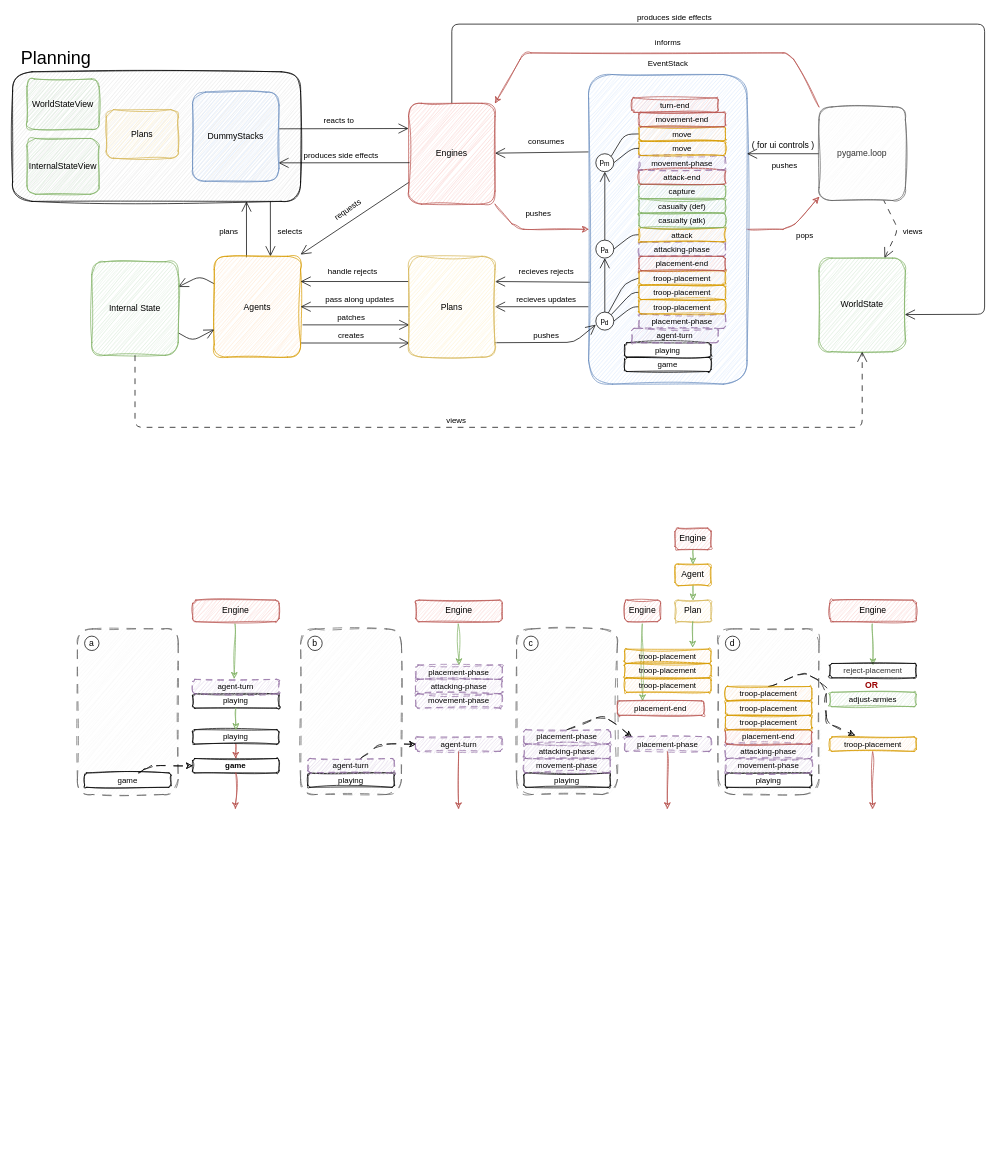
Before: architecture.drawio in AdamBanham/agent-risk, a draw.io diagram. Source tidied: cells renumbered, new cells numbered last; positions are measured from the earlier drawing's top-left corner, leaving out a move shared by most shapes. Both pictures are drawn from the tidied source at 72%, with x=0, y=0 at pixel (12, 24).
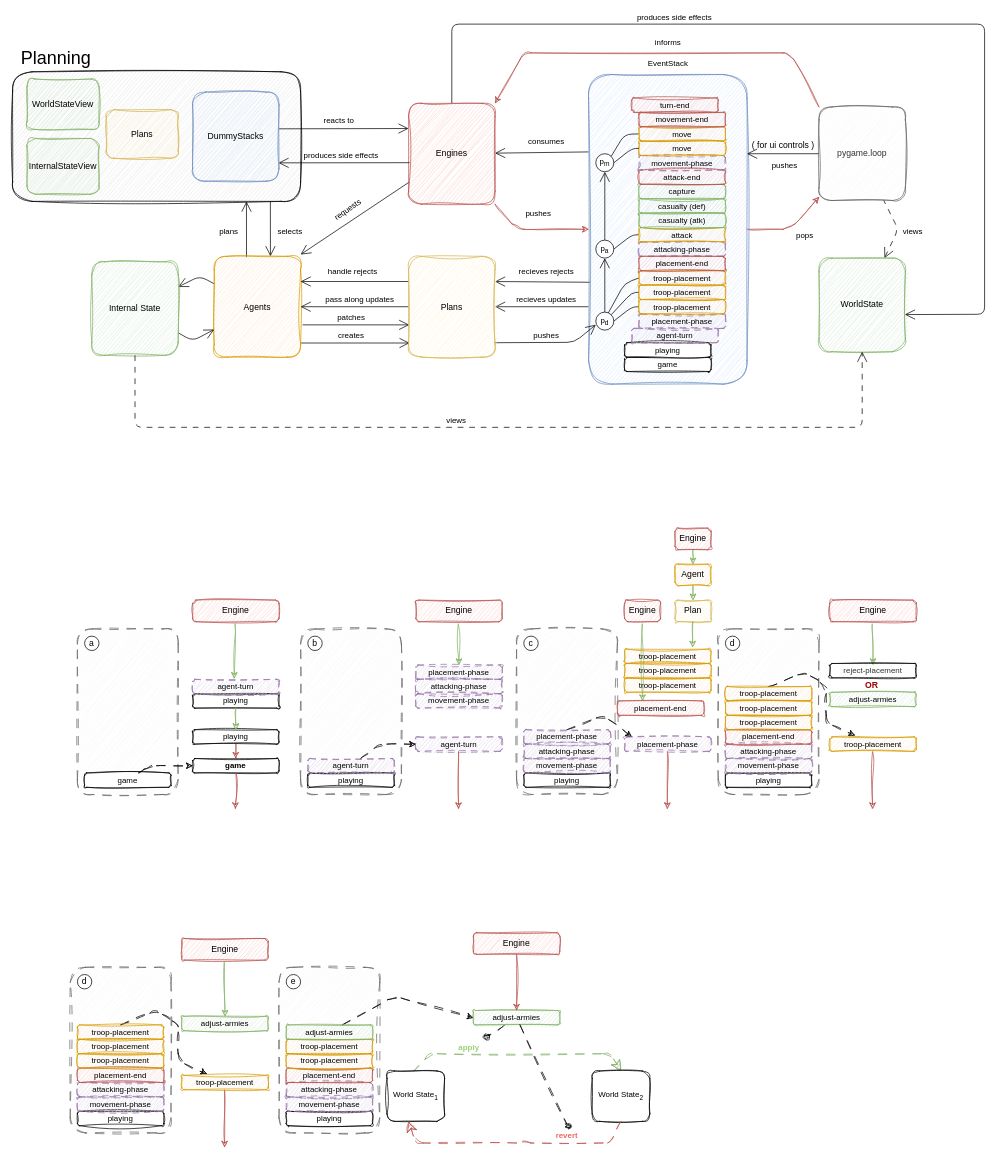
Above is the later version.

Commit message (it also covers changes not shown here):
chore: added side-effects pic

Diff of the diagram source:
```diff
@@
+    <mxCell id="158" style="rounded=1;whiteSpace=wrap;html=1;fillColor=#f5f5f5;fontColor=#333333;strokeColor=#666666;dashed=1;dashPattern=12 12;sketch=1;curveFitting=1;jiggle=2;" parent="1" vertex="1">
+      <mxGeometry x="80" y="1310" width="140" height="230" as="geometry" />
+    </mxCell>
+    <mxCell id="159" value="playing" style="rounded=1;whiteSpace=wrap;html=1;fontFamily=Helvetica;fontSize=11;fontColor=default;labelBackgroundColor=default;sketch=1;curveFitting=1;jiggle=2;fillStyle=auto;" parent="1" vertex="1">
+      <mxGeometry x="90" y="1510" width="120" height="20" as="geometry" />
+    </mxCell>
+    <mxCell id="160" value="d" style="ellipse;whiteSpace=wrap;html=1;" parent="1" vertex="1">
+      <mxGeometry x="90" y="1320" width="20" height="20" as="geometry" />
+    </mxCell>
+    <mxCell id="161" value="attacking-phase" style="rounded=1;whiteSpace=wrap;html=1;fontFamily=Helvetica;fontSize=11;labelBackgroundColor=none;dashed=1;dashPattern=8 8;fillColor=#e1d5e7;strokeColor=#9673a6;sketch=1;curveFitting=1;jiggle=2;" parent="1" vertex="1">
+      <mxGeometry x="90" y="1470" width="120" height="20" as="geometry" />
+    </mxCell>
+    <mxCell id="162" value="movement-phase" style="rounded=1;whiteSpace=wrap;html=1;fontFamily=Helvetica;fontSize=11;labelBackgroundColor=none;dashed=1;dashPattern=8 8;fillColor=#e1d5e7;strokeColor=#9673a6;sketch=1;curveFitting=1;jiggle=2;" parent="1" vertex="1">
+      <mxGeometry x="90" y="1490" width="120" height="20" as="geometry" />
+    </mxCell>
+    <mxCell id="163" value="placement-end" style="rounded=1;whiteSpace=wrap;html=1;fontFamily=Helvetica;fontSize=11;labelBackgroundColor=none;fillColor=#f8cecc;strokeColor=#b85450;sketch=1;curveFitting=1;jiggle=2;" parent="1" vertex="1">
+      <mxGeometry x="90" y="1450" width="120" height="20" as="geometry" />
+    </mxCell>
+    <mxCell id="164" value="Engine" style="rounded=1;whiteSpace=wrap;html=1;fillColor=#f8cecc;strokeColor=#b85450;sketch=1;curveFitting=1;jiggle=2;" parent="1" vertex="1">
+      <mxGeometry x="235" y="1270" width="120" height="30" as="geometry" />
+    </mxCell>
+    <mxCell id="165" style="endArrow=classic;html=1;fillColor=#d5e8d4;strokeColor=#82b366;sketch=1;curveFitting=1;jiggle=2;exitX=0.491;exitY=1.109;exitDx=0;exitDy=0;exitPerimeter=0;entryX=0.5;entryY=0;entryDx=0;entryDy=0;" parent="1" edge="1" source="164" target="172">
+      <mxGeometry relative="1" as="geometry" />
+    </mxCell>
+    <mxCell id="166" style="endArrow=classic;html=1;fillColor=#f8cecc;strokeColor=#b85450;sketch=1;curveFitting=1;jiggle=2;" parent="1" edge="1">
+      <mxGeometry relative="1" as="geometry">
+        <mxPoint x="294.4" y="1480" as="sourcePoint" />
+        <mxPoint x="294.4" y="1560" as="targetPoint" />
+      </mxGeometry>
+    </mxCell>
+    <mxCell id="167" value="troop-placement" style="rounded=1;whiteSpace=wrap;html=1;fontFamily=Helvetica;fontSize=11;labelBackgroundColor=none;fillColor=#ffe6cc;strokeColor=#d79b00;sketch=1;curveFitting=1;jiggle=2;" parent="1" vertex="1">
+      <mxGeometry x="90" y="1430" width="120" height="20" as="geometry" />
+    </mxCell>
+    <mxCell id="168" value="troop-placement" style="rounded=1;whiteSpace=wrap;html=1;fontFamily=Helvetica;fontSize=11;labelBackgroundColor=none;fillColor=#ffe6cc;strokeColor=#d79b00;sketch=1;curveFitting=1;jiggle=2;" parent="1" vertex="1">
+      <mxGeometry x="90" y="1410" width="120" height="20" as="geometry" />
+    </mxCell>
+    <mxCell id="169" style="edgeStyle=none;shape=connector;rounded=1;sketch=1;jiggle=2;curveFitting=1;html=1;dashed=1;dashPattern=12 12;strokeColor=default;align=center;verticalAlign=middle;fontFamily=Helvetica;fontSize=11;fontColor=default;labelBackgroundColor=default;endArrow=classic;exitX=0.5;exitY=0;exitDx=0;exitDy=0;entryX=0.291;entryY=-0.105;entryDx=0;entryDy=0;entryPerimeter=0;" parent="1" edge="1" source="170" target="171">
+      <mxGeometry relative="1" as="geometry">
+        <Array as="points">
+          <mxPoint x="200" y="1370" />
+          <mxPoint x="230" y="1390" />
+          <mxPoint x="230" y="1440" />
+        </Array>
+      </mxGeometry>
+    </mxCell>
+    <mxCell id="170" value="troop-placement" style="rounded=1;whiteSpace=wrap;html=1;fontFamily=Helvetica;fontSize=11;labelBackgroundColor=none;fillColor=#ffe6cc;strokeColor=#d79b00;sketch=1;curveFitting=1;jiggle=2;" parent="1" vertex="1">
+      <mxGeometry x="90" y="1390" width="120" height="20" as="geometry" />
+    </mxCell>
+    <mxCell id="171" value="troop-placement" style="rounded=1;whiteSpace=wrap;html=1;fontFamily=Helvetica;fontSize=11;labelBackgroundColor=none;fillColor=#ffe6cc;strokeColor=#d79b00;sketch=1;curveFitting=1;jiggle=2;" parent="1" vertex="1">
+      <mxGeometry x="235" y="1460" width="120" height="20" as="geometry" />
+    </mxCell>
+    <mxCell id="172" value="adjust-armies" style="rounded=1;whiteSpace=wrap;html=1;fontFamily=Helvetica;fontSize=11;labelBackgroundColor=none;fillColor=#d5e8d4;strokeColor=#82b366;sketch=1;curveFitting=1;jiggle=2;" parent="1" vertex="1">
+      <mxGeometry x="235" y="1378" width="120" height="20" as="geometry" />
+    </mxCell>
+    <mxCell id="173" style="rounded=1;whiteSpace=wrap;html=1;fillColor=#f5f5f5;fontColor=#333333;strokeColor=#666666;dashed=1;dashPattern=12 12;sketch=1;curveFitting=1;jiggle=2;" parent="1" vertex="1">
+      <mxGeometry x="370" y="1310" width="140" height="230" as="geometry" />
+    </mxCell>
+    <mxCell id="174" value="playing" style="rounded=1;whiteSpace=wrap;html=1;fontFamily=Helvetica;fontSize=11;fontColor=default;labelBackgroundColor=default;sketch=1;curveFitting=1;jiggle=2;fillStyle=auto;" parent="1" vertex="1">
+      <mxGeometry x="380" y="1510" width="120" height="20" as="geometry" />
+    </mxCell>
+    <mxCell id="175" value="e" style="ellipse;whiteSpace=wrap;html=1;" parent="1" vertex="1">
+      <mxGeometry x="380" y="1320" width="20" height="20" as="geometry" />
+    </mxCell>
+    <mxCell id="176" value="attacking-phase" style="rounded=1;whiteSpace=wrap;html=1;fontFamily=Helvetica;fontSize=11;labelBackgroundColor=none;dashed=1;dashPattern=8 8;fillColor=#e1d5e7;strokeColor=#9673a6;sketch=1;curveFitting=1;jiggle=2;" parent="1" vertex="1">
+      <mxGeometry x="380" y="1470" width="120" height="20" as="geometry" />
+    </mxCell>
+    <mxCell id="177" value="movement-phase" style="rounded=1;whiteSpace=wrap;html=1;fontFamily=Helvetica;fontSize=11;labelBackgroundColor=none;dashed=1;dashPattern=8 8;fillColor=#e1d5e7;strokeColor=#9673a6;sketch=1;curveFitting=1;jiggle=2;" parent="1" vertex="1">
+      <mxGeometry x="380" y="1490" width="120" height="20" as="geometry" />
+    </mxCell>
+    <mxCell id="178" value="placement-end" style="rounded=1;whiteSpace=wrap;html=1;fontFamily=Helvetica;fontSize=11;labelBackgroundColor=none;fillColor=#f8cecc;strokeColor=#b85450;sketch=1;curveFitting=1;jiggle=2;" parent="1" vertex="1">
+      <mxGeometry x="380" y="1450" width="120" height="20" as="geometry" />
+    </mxCell>
+    <mxCell id="179" value="troop-placement" style="rounded=1;whiteSpace=wrap;html=1;fontFamily=Helvetica;fontSize=11;labelBackgroundColor=none;fillColor=#ffe6cc;strokeColor=#d79b00;sketch=1;curveFitting=1;jiggle=2;" parent="1" vertex="1">
+      <mxGeometry x="380" y="1430" width="120" height="20" as="geometry" />
+    </mxCell>
+    <mxCell id="180" value="troop-placement" style="rounded=1;whiteSpace=wrap;html=1;fontFamily=Helvetica;fontSize=11;labelBackgroundColor=none;fillColor=#ffe6cc;strokeColor=#d79b00;sketch=1;curveFitting=1;jiggle=2;" parent="1" vertex="1">
+      <mxGeometry x="380" y="1410" width="120" height="20" as="geometry" />
+    </mxCell>
+    <mxCell id="181" style="edgeStyle=none;shape=connector;rounded=1;sketch=1;jiggle=2;curveFitting=1;jettySize=auto;html=1;entryX=0;entryY=0.5;entryDx=0;entryDy=0;dashed=1;dashPattern=12 12;strokeColor=default;align=center;verticalAlign=middle;fontFamily=Helvetica;fontSize=11;fontColor=default;labelBackgroundColor=default;endArrow=classic;" parent="1" edge="1" source="182" target="186">
+      <mxGeometry relative="1" as="geometry">
+        <Array as="points">
+          <mxPoint x="530" y="1350" />
+        </Array>
+      </mxGeometry>
+    </mxCell>
+    <mxCell id="182" value="adjust-armies" style="rounded=1;whiteSpace=wrap;html=1;fontFamily=Helvetica;fontSize=11;labelBackgroundColor=none;fillColor=#d5e8d4;strokeColor=#82b366;sketch=1;curveFitting=1;jiggle=2;" parent="1" vertex="1">
+      <mxGeometry x="380" y="1390" width="120" height="20" as="geometry" />
+    </mxCell>
+    <mxCell id="183" style="edgeStyle=none;shape=connector;rounded=1;sketch=1;jiggle=2;curveFitting=1;jettySize=auto;html=1;entryX=0.5;entryY=0;entryDx=0;entryDy=0;dashed=1;dashPattern=12 12;strokeColor=#82b366;align=center;verticalAlign=middle;fontFamily=Helvetica;fontSize=11;fontColor=default;labelBackgroundColor=default;endArrow=classic;exitX=0.449;exitY=0.018;exitDx=0;exitDy=0;exitPerimeter=0;endSize=12;fillColor=#d5e8d4;" parent="1" edge="1" source="184" target="189">
+      <mxGeometry relative="1" as="geometry">
+        <Array as="points">
+          <mxPoint x="580" y="1430" />
+          <mxPoint x="830" y="1430" />
+        </Array>
+      </mxGeometry>
+    </mxCell>
+    <mxCell id="184" value="World State&lt;sub&gt;1&lt;/sub&gt;" style="rounded=1;whiteSpace=wrap;html=1;fontFamily=Helvetica;fontSize=11;fontColor=default;labelBackgroundColor=default;sketch=1;curveFitting=1;jiggle=2;fillStyle=auto;" parent="1" vertex="1">
+      <mxGeometry x="520" y="1454" width="80" height="70" as="geometry" />
+    </mxCell>
+    <mxCell id="185" style="edgeStyle=none;shape=connector;rounded=1;sketch=1;jiggle=2;curveFitting=1;jettySize=auto;html=1;dashed=1;dashPattern=12 12;strokeColor=default;align=center;verticalAlign=middle;fontFamily=Helvetica;fontSize=11;fontColor=default;labelBackgroundColor=default;endArrow=oval;endFill=0;" parent="1" edge="1" source="186" target="191">
+      <mxGeometry relative="1" as="geometry" />
+    </mxCell>
+    <mxCell id="186" value="adjust-armies" style="rounded=1;whiteSpace=wrap;html=1;fontFamily=Helvetica;fontSize=11;labelBackgroundColor=none;fillColor=#d5e8d4;strokeColor=#82b366;sketch=1;curveFitting=1;jiggle=2;" parent="1" vertex="1">
+      <mxGeometry x="640" y="1370" width="120" height="20" as="geometry" />
+    </mxCell>
+    <mxCell id="187" style="edgeStyle=none;shape=connector;rounded=1;sketch=1;jiggle=2;curveFitting=1;jettySize=auto;html=1;entryX=0.5;entryY=0;entryDx=0;entryDy=0;strokeColor=#b85450;align=center;verticalAlign=middle;fontFamily=Helvetica;fontSize=11;fontColor=default;labelBackgroundColor=default;endArrow=classic;fillColor=#f8cecc;" parent="1" edge="1" source="188" target="186">
+      <mxGeometry relative="1" as="geometry" />
+    </mxCell>
+    <mxCell id="188" value="Engine" style="rounded=1;whiteSpace=wrap;html=1;fillColor=#f8cecc;strokeColor=#b85450;sketch=1;curveFitting=1;jiggle=2;" parent="1" vertex="1">
+      <mxGeometry x="640" y="1262" width="120" height="30" as="geometry" />
+    </mxCell>
+    <mxCell id="189" value="World State&lt;sub&gt;2&lt;/sub&gt;" style="rounded=1;whiteSpace=wrap;html=1;fontFamily=Helvetica;fontSize=11;fontColor=default;labelBackgroundColor=default;sketch=1;curveFitting=1;jiggle=2;fillStyle=auto;" parent="1" vertex="1">
+      <mxGeometry x="805" y="1454" width="80" height="70" as="geometry" />
+    </mxCell>
+    <mxCell id="190" style="edgeStyle=none;shape=connector;rounded=1;sketch=1;jiggle=2;curveFitting=1;jettySize=auto;html=1;entryX=0.375;entryY=1;entryDx=0;entryDy=0;entryPerimeter=0;dashed=1;dashPattern=12 12;strokeColor=#b85450;align=center;verticalAlign=middle;fontFamily=Helvetica;fontSize=11;fontColor=default;labelBackgroundColor=default;endArrow=classic;exitX=0.5;exitY=1;exitDx=0;exitDy=0;endSize=12;fillColor=#f8cecc;" parent="1" edge="1" source="189" target="184">
+      <mxGeometry relative="1" as="geometry">
+        <Array as="points">
+          <mxPoint x="830" y="1554" />
+          <mxPoint x="710" y="1554" />
+          <mxPoint x="560" y="1554" />
+        </Array>
+      </mxGeometry>
+    </mxCell>
+    <mxCell id="191" value="apply" style="text;html=1;whiteSpace=wrap;strokeColor=none;fillColor=none;align=center;verticalAlign=middle;rounded=0;fontFamily=Helvetica;fontSize=11;fontColor=#97D077;labelBackgroundColor=none;fontStyle=1;" parent="1" vertex="1">
+      <mxGeometry x="604" y="1406" width="60" height="30" as="geometry" />
+    </mxCell>
+    <mxCell id="192" value="revert" style="text;html=1;whiteSpace=wrap;strokeColor=none;fillColor=none;align=center;verticalAlign=middle;rounded=0;fontFamily=Helvetica;fontSize=11;fontColor=#EA6B66;labelBackgroundColor=none;fontStyle=1;" parent="1" vertex="1">
+      <mxGeometry x="740" y="1528" width="60" height="30" as="geometry" />
+    </mxCell>
+    <mxCell id="193" style="edgeStyle=none;shape=connector;rounded=1;sketch=1;jiggle=2;curveFitting=1;jettySize=auto;html=1;entryX=0.523;entryY=0.105;entryDx=0;entryDy=0;entryPerimeter=0;dashed=1;dashPattern=12 12;strokeColor=default;align=center;verticalAlign=middle;fontFamily=Helvetica;fontSize=11;fontColor=default;labelBackgroundColor=default;endArrow=oval;endFill=0;" parent="1" edge="1" source="186" target="192">
+      <mxGeometry relative="1" as="geometry" />
+    </mxCell>
```
